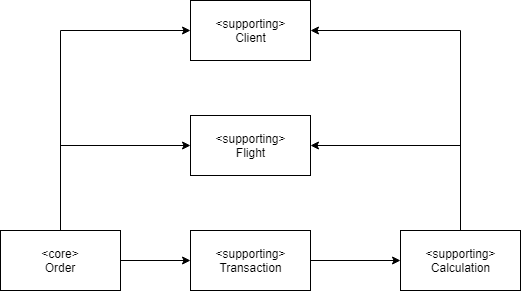
Above: Strategic-Architecture.png in PiotrSliwa/ddd-airline-tickets (draw.io), before the change. Source tidied: cells renumbered, new cells last; positions are measured from the earlier drawing's top-left corner, leaving out a move shared by most shapes.
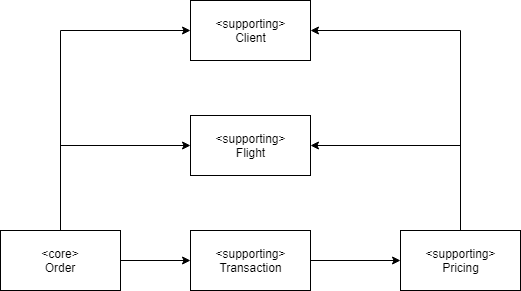
The same diagram one commit later.

Diff of the diagram source:
```diff
@@ -14,7 +14,7 @@
     <mxCell id="5" style="edgeStyle=orthogonalEdgeStyle;rounded=0;jettySize=auto;html=1;exitX=0.5;exitY=0;exitDx=0;exitDy=0;entryX=1;entryY=0.5;entryDx=0;entryDy=0;" parent="1" edge="1" source="6" target="12">
       <mxGeometry relative="1" as="geometry" />
     </mxCell>
-    <mxCell id="6" value="&amp;lt;supporting&amp;gt;&lt;br&gt;Calculation" style="rounded=0;whiteSpace=wrap;html=1;" parent="1" vertex="1">
+    <mxCell id="6" value="&amp;lt;supporting&amp;gt;&lt;br&gt;Pricing" style="rounded=0;whiteSpace=wrap;html=1;" parent="1" vertex="1">
       <mxGeometry x="400" y="230" width="120" height="60" as="geometry" />
     </mxCell>
     <mxCell id="7" style="edgeStyle=orthogonalEdgeStyle;rounded=0;jettySize=auto;html=1;exitX=0.5;exitY=0;exitDx=0;exitDy=0;entryX=0;entryY=0.5;entryDx=0;entryDy=0;" parent="1" edge="1" source="10" target="11">
```
